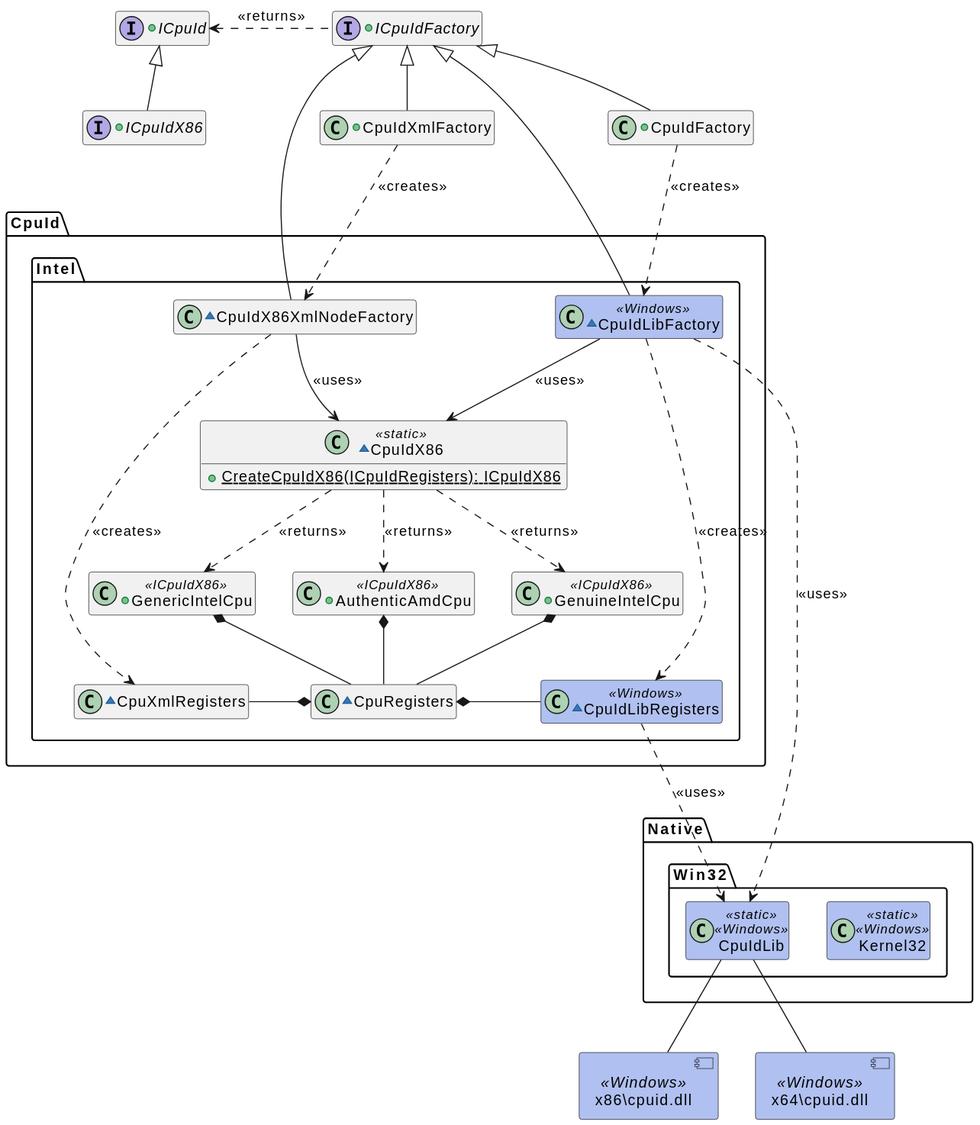
Earlier version of the PlantUML export CpuId/docs/assets/CpuIdFactory/CpuIdFactory.svg (jcurl/RJCP.DLL.CpuId).
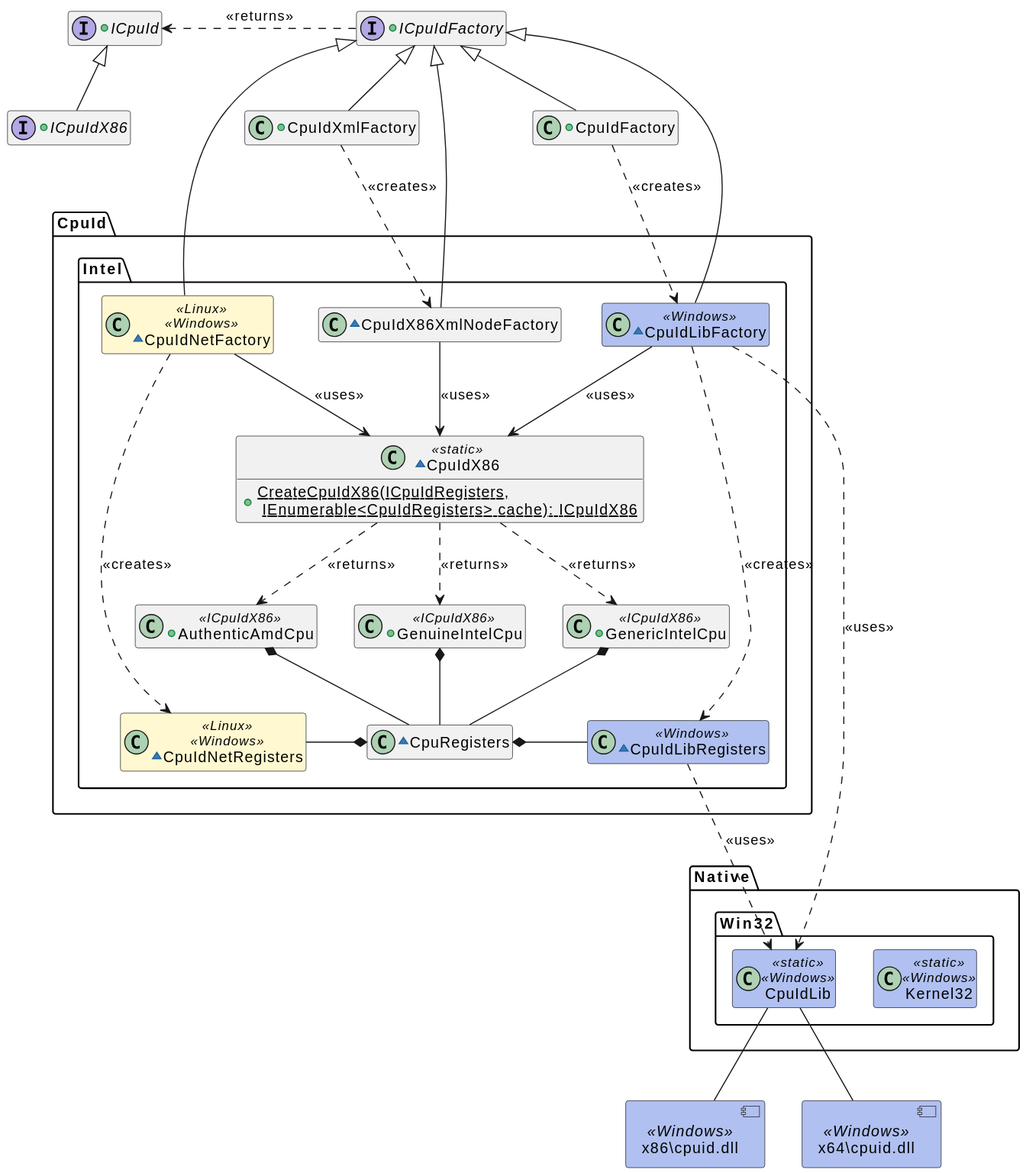
After the change.

The edit, as a diff of the source:
```diff
@@ -38,8 +38,11 @@
 namespace CpuId {
     namespace Intel {
         ~class CpuIdX86 <<static>> {
-            +{static} CreateCpuIdX86(ICpuIdRegisters): ICpuIdX86
+            +{static} CreateCpuIdX86(ICpuIdRegisters,\n IEnumerable<CpuIdRegisters> cache): ICpuIdX86
         }
+        ~class CpuIdNetFactory <<Linux>> <<Windows>> {
+        }
+        ICpuIdFactory <|-d-- CpuIdNetFactory
         ~class CpuIdLibFactory <<Windows>> {
         }
         ICpuIdFactory <|-d- CpuIdLibFactory
@@ -51,7 +54,7 @@
         }
         ~class CpuIdLibRegisters <<Windows>> {
         }
-        ~class CpuXmlRegisters {
+        ~class CpuIdNetRegisters <<Linux>> <<Windows>> {
         }
 
         +class GenuineIntelCpu <<ICpuIdX86>> {
@@ -71,13 +74,15 @@
         CpuIdLibRegisters .d.> Native.Win32.CpuIdLib : <<uses>>
         CpuRegisters *-r- CpuIdLibRegisters
 
+        CpuIdNetFactory -d-> CpuIdX86 : <<uses>>
+        CpuIdNetFactory .d...> CpuIdNetRegisters : <<creates>>
+        CpuRegisters *-r- CpuIdNetRegisters
+
         CpuIdX86 ..> GenuineIntelCpu : <<returns>>
         CpuIdX86 ..> GenericIntelCpu : <<returns>>
         CpuIdX86 ..> AuthenticAmdCpu : <<returns>>
 
         CpuIdX86XmlNodeFactory -d-> CpuIdX86 : <<uses>>
-        CpuIdX86XmlNodeFactory .d...> CpuXmlRegisters : <<creates>>
-        CpuRegisters *-l- CpuXmlRegisters
     }
 }
 
```
